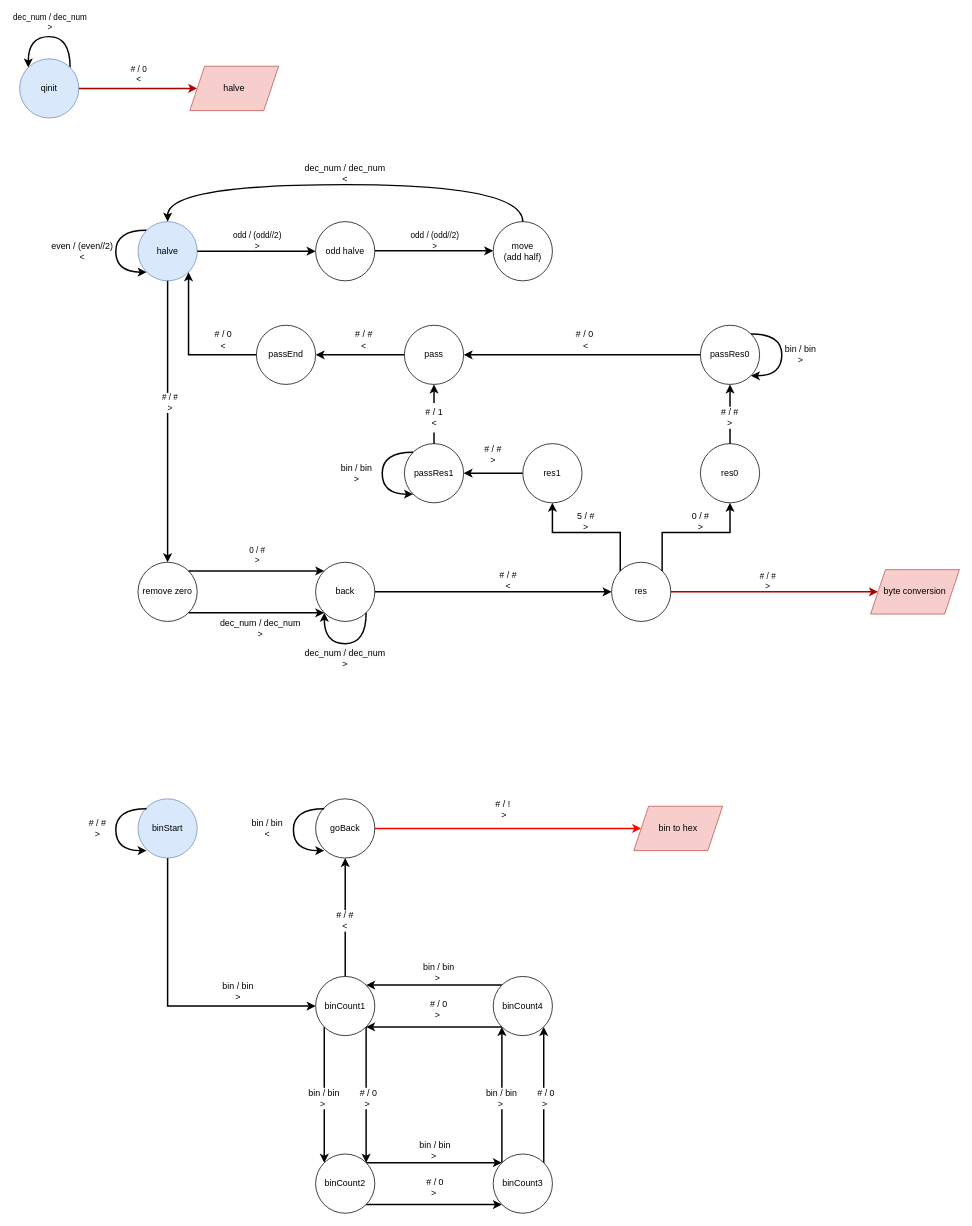
trash-hold/Sem2 keeps this draw.io diagram as page "dec to bin" (2 of 3) of turing/report/schematics.drawio. Above is the earlier version. Source tidied: cells renumbered, new cells numbered last; positions are measured from the earlier drawing's top-left corner, leaving out a move shared by most shapes. Both pictures are drawn from the tidied source at 74%, with x=0, y=0 at pixel (19, 36).
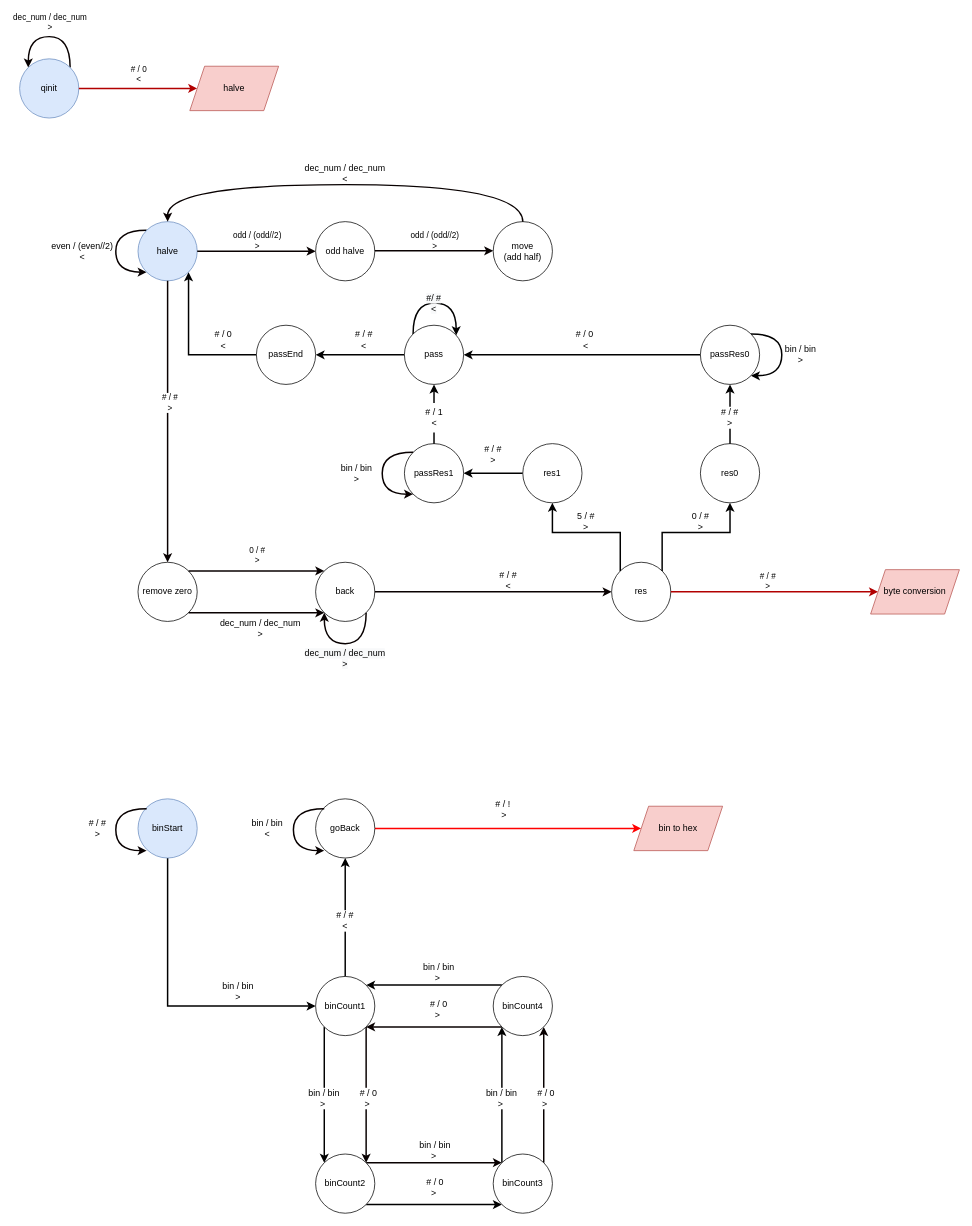
The same diagram, later.

The change refers to these unchanged cells:
```xml
<mxCell id="44" value="pass" style="ellipse;whiteSpace=wrap;html=1;" parent="1" vertex="1">
  <mxGeometry x="520" y="390" width="80" height="80" as="geometry" />
</mxCell>
```

The edit, as a diff of the source:
```diff
@@
+    <mxCell id="96" style="edgeStyle=orthogonalEdgeStyle;curved=1;rounded=0;orthogonalLoop=1;jettySize=auto;html=1;exitX=0;exitY=0;exitDx=0;exitDy=0;strokeWidth=2;" parent="1" edge="1" source="44" target="44">
+      <mxGeometry relative="1" as="geometry">
+        <Array as="points">
+          <mxPoint x="532" y="360" />
+          <mxPoint x="590" y="360" />
+        </Array>
+      </mxGeometry>
+    </mxCell>
@@
+    <mxCell id="97" value="&lt;span style=&quot;color: rgb(0, 0, 0); font-family: Helvetica; font-size: 12px; font-style: normal; font-variant-ligatures: normal; font-variant-caps: normal; font-weight: 400; letter-spacing: normal; orphans: 2; text-indent: 0px; text-transform: none; widows: 2; word-spacing: 0px; -webkit-text-stroke-width: 0px; background-color: rgb(248, 249, 250); text-decoration-thickness: initial; text-decoration-style: initial; text-decoration-color: initial; float: none; display: inline !important;&quot;&gt;#/ #&lt;br&gt;&amp;lt;&lt;br&gt;&lt;/span&gt;" style="text;whiteSpace=wrap;html=1;align=center;" parent="1" vertex="1">
+      <mxGeometry x="485" y="340" width="150" height="40" as="geometry" />
+    </mxCell>
```
